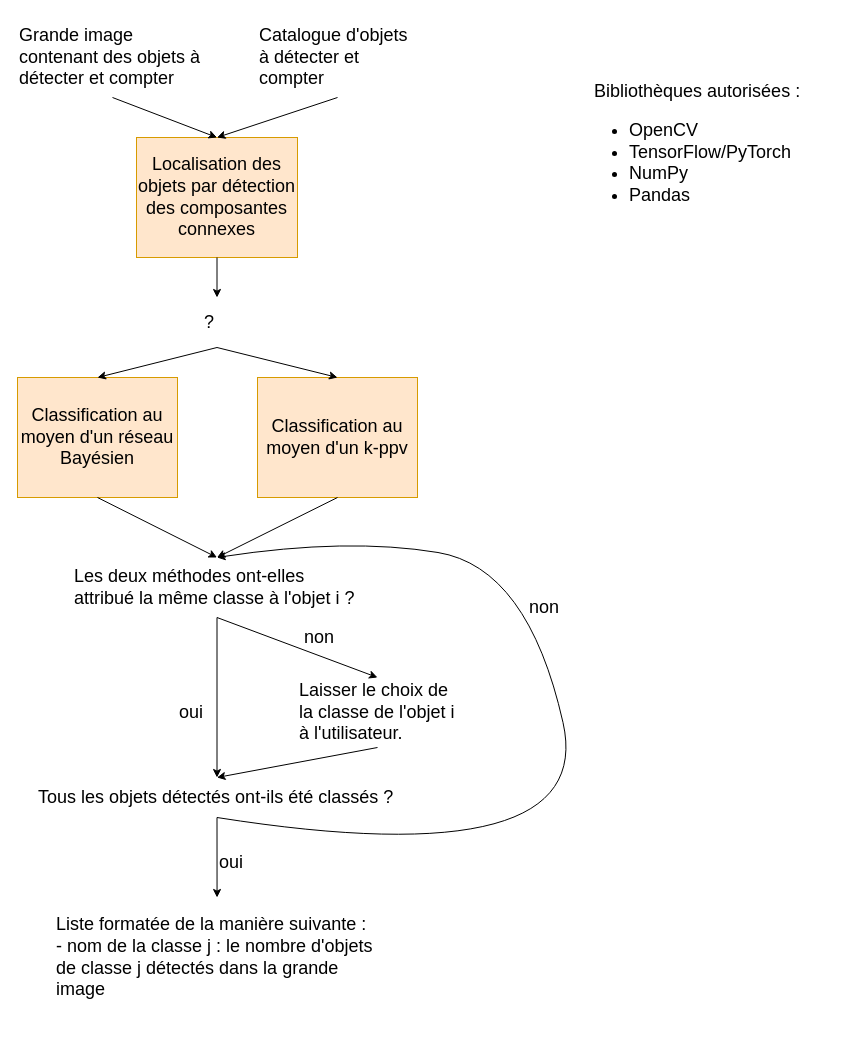
Earlier version of the draw.io diagram Chaine_traitement_brouillon.drawio (agodiveau/Projet_IA_S7). Source tidied: cells renumbered, new cells numbered last; positions are measured from the earlier drawing's top-left corner, leaving out a move shared by most shapes. Both pictures are drawn from the tidied source at 100%, with x=0, y=0 at pixel (17, 17).
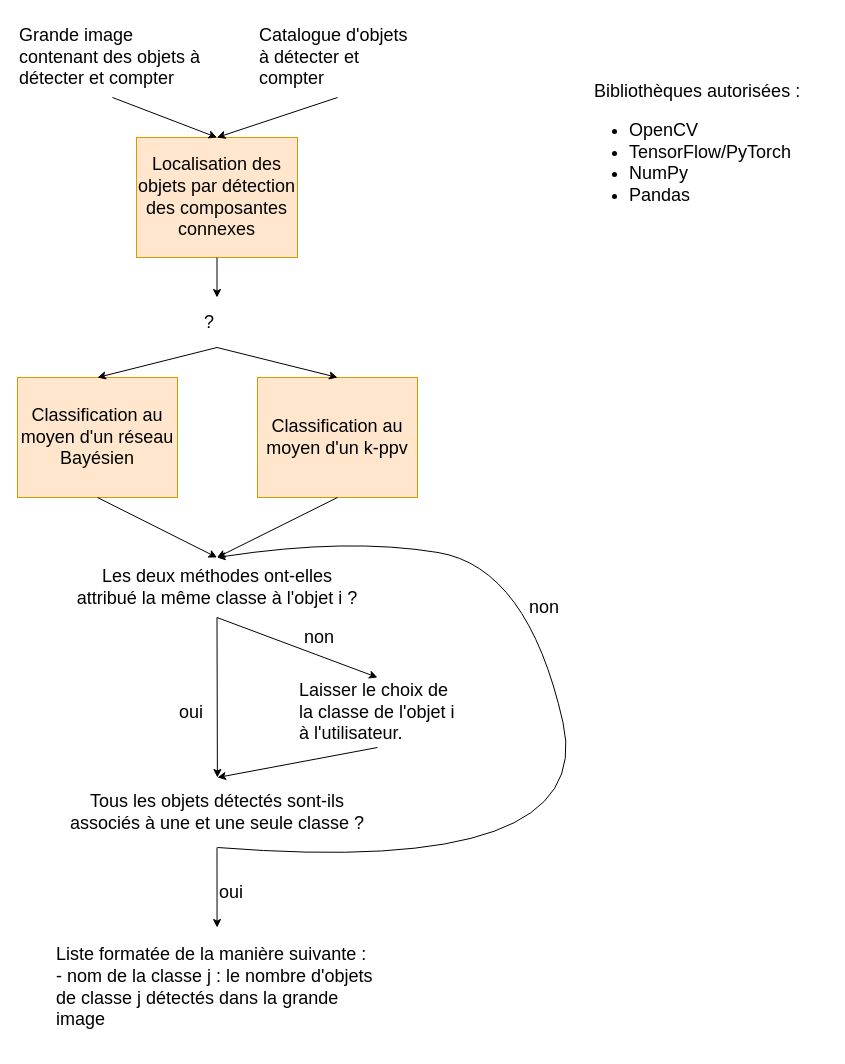
The same page after the edit.

Commit message (it also covers changes not shown here):
màj de la chaîne de traitement

Change to the diagram source:
```diff
@@
-    <mxCell id="15" value="&lt;span style=&quot;font-size: 18px;&quot;&gt;Les deux méthodes ont-elles attribué la même classe à l'objet i ?&lt;/span&gt;" style="text;html=1;strokeColor=none;fillColor=none;align=left;verticalAlign=middle;whiteSpace=wrap;rounded=0;" parent="1" vertex="1">
+    <mxCell id="15" value="&lt;span style=&quot;font-size: 18px;&quot;&gt;Les deux méthodes ont-elles attribué la même classe à l'objet i ?&lt;/span&gt;" style="text;html=1;strokeColor=none;fillColor=none;align=center;verticalAlign=middle;whiteSpace=wrap;rounded=0;" parent="1" vertex="1">
       <mxGeometry x="54.5" y="540" width="290" height="60" as="geometry" />
     </mxCell>
@@
     <mxCell id="23" value="&lt;span style=&quot;font-size: 18px;&quot;&gt;Liste formatée de la manière suivante :&lt;br&gt;- nom de la classe j : le nombre d'objets de classe j détectés dans la grande image&lt;br&gt;&lt;/span&gt;" style="text;html=1;strokeColor=none;fillColor=none;align=left;verticalAlign=middle;whiteSpace=wrap;rounded=0;" parent="1" vertex="1">
-      <mxGeometry x="36.8" y="880" width="325.5" height="120" as="geometry" />
+      <mxGeometry x="36.8" y="910" width="325.5" height="120" as="geometry" />
     </mxCell>
-    <mxCell id="24" style="curved=1;endArrow=classic;html=1;rounded=0;entryX=0.5;entryY=0;entryDx=0;entryDy=0;exitX=0.5;exitY=1;exitDx=0;exitDy=0;" parent="1" edge="1" source="25" target="15">
+    <mxCell id="24" style="curved=1;endArrow=classic;html=1;rounded=0;entryX=0.5;entryY=0;entryDx=0;entryDy=0;" parent="1" edge="1" target="15">
       <mxGeometry relative="1" as="geometry">
+        <mxPoint x="200" y="830" as="sourcePoint" />
         <Array as="points">
           <mxPoint x="580.5" y="860" />
           <mxPoint x="510.5" y="550" />
           <mxPoint x="330.5" y="520" />
         </Array>
       </mxGeometry>
     </mxCell>
-    <mxCell id="25" value="&lt;span style=&quot;font-size: 18px;&quot;&gt;Tous les objets détectés ont-ils été classés ?&lt;/span&gt;" style="text;html=1;strokeColor=none;fillColor=none;align=left;verticalAlign=middle;whiteSpace=wrap;rounded=0;" parent="1" vertex="1">
-      <mxGeometry x="19" y="760" width="361" height="40" as="geometry" />
+    <mxCell id="25" value="&lt;font style=&quot;font-size: 18px;&quot;&gt;Tous les objets détectés sont-ils associés à une et une seule classe ?&lt;/font&gt;" style="text;html=1;strokeColor=none;fillColor=none;align=center;verticalAlign=middle;whiteSpace=wrap;rounded=0;" parent="1" vertex="1">
+      <mxGeometry x="40" y="760" width="320" height="70" as="geometry" />
     </mxCell>
@@
-    <mxCell id="27" style="endArrow=classic;html=1;rounded=0;exitX=0.5;exitY=1;exitDx=0;exitDy=0;entryX=0.5;entryY=0;entryDx=0;entryDy=0;" parent="1" edge="1" source="25" target="23">
-      <mxGeometry relative="1" as="geometry" />
+    <mxCell id="27" style="endArrow=classic;html=1;rounded=0;exitX=0.5;exitY=1;exitDx=0;exitDy=0;entryX=0.5;entryY=0;entryDx=0;entryDy=0;" parent="1" edge="1" target="23">
+      <mxGeometry relative="1" as="geometry">
+        <mxPoint x="199.5" y="830" as="sourcePoint" />
+      </mxGeometry>
     </mxCell>
     <mxCell id="28" value="&lt;span style=&quot;font-size: 18px;&quot;&gt;oui&lt;/span&gt;" style="text;html=1;strokeColor=none;fillColor=none;align=left;verticalAlign=middle;whiteSpace=wrap;rounded=0;" parent="1" vertex="1">
-      <mxGeometry x="200" y="830" width="30" height="30" as="geometry" />
+      <mxGeometry x="200" y="860" width="30" height="30" as="geometry" />
     </mxCell>
```
